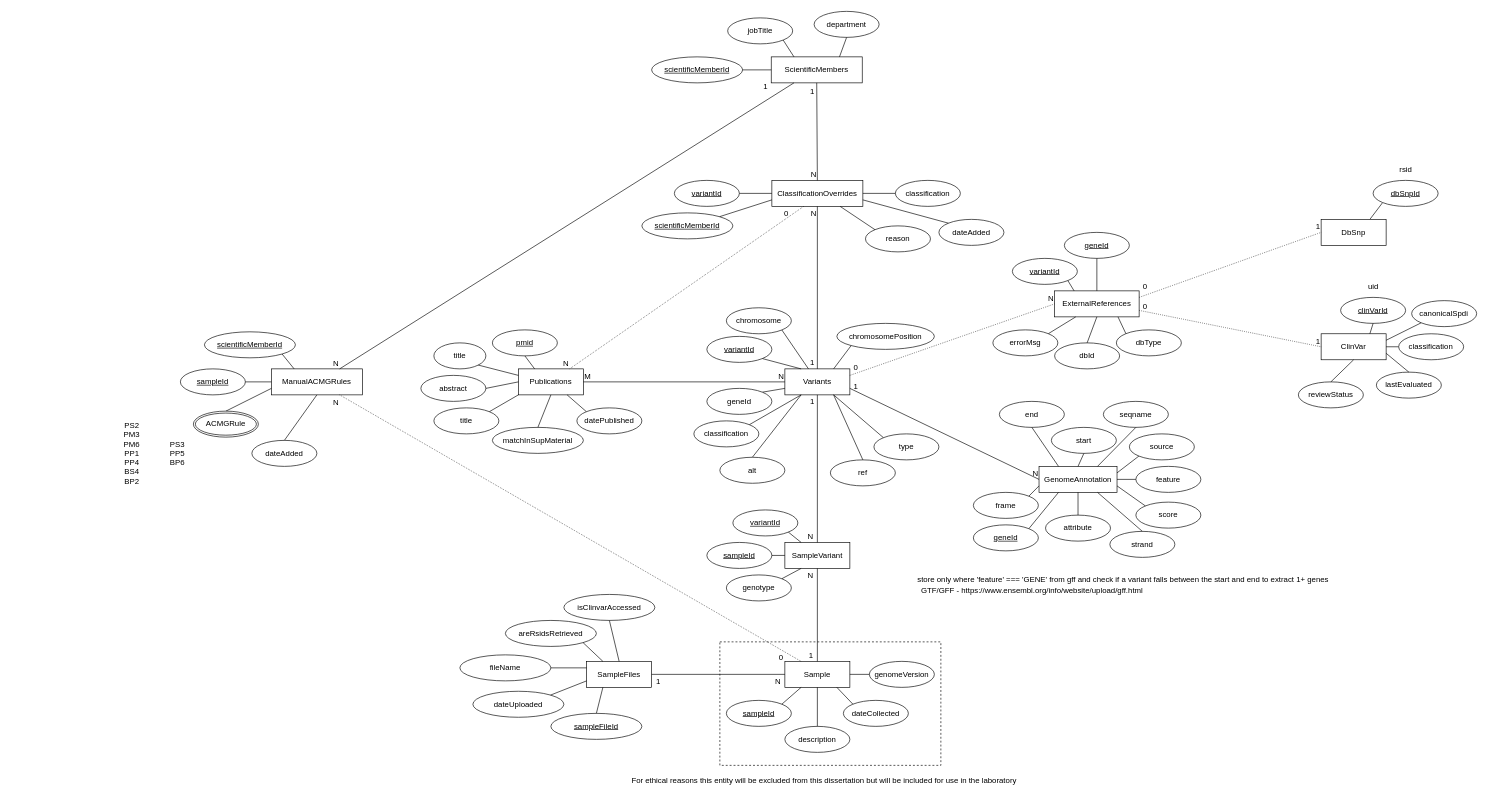
The draw.io diagram page "Page-2" (2 of 2) of Flowcharts/ERD.drawio in estherspiteri/VUSVista, before the edit. Source tidied: cells renumbered, new cells numbered last; positions are measured from the earlier drawing's top-left corner, leaving out a move shared by most shapes. Both pictures are drawn from the tidied source at 65%, with x=0, y=0 at pixel (115, 11).
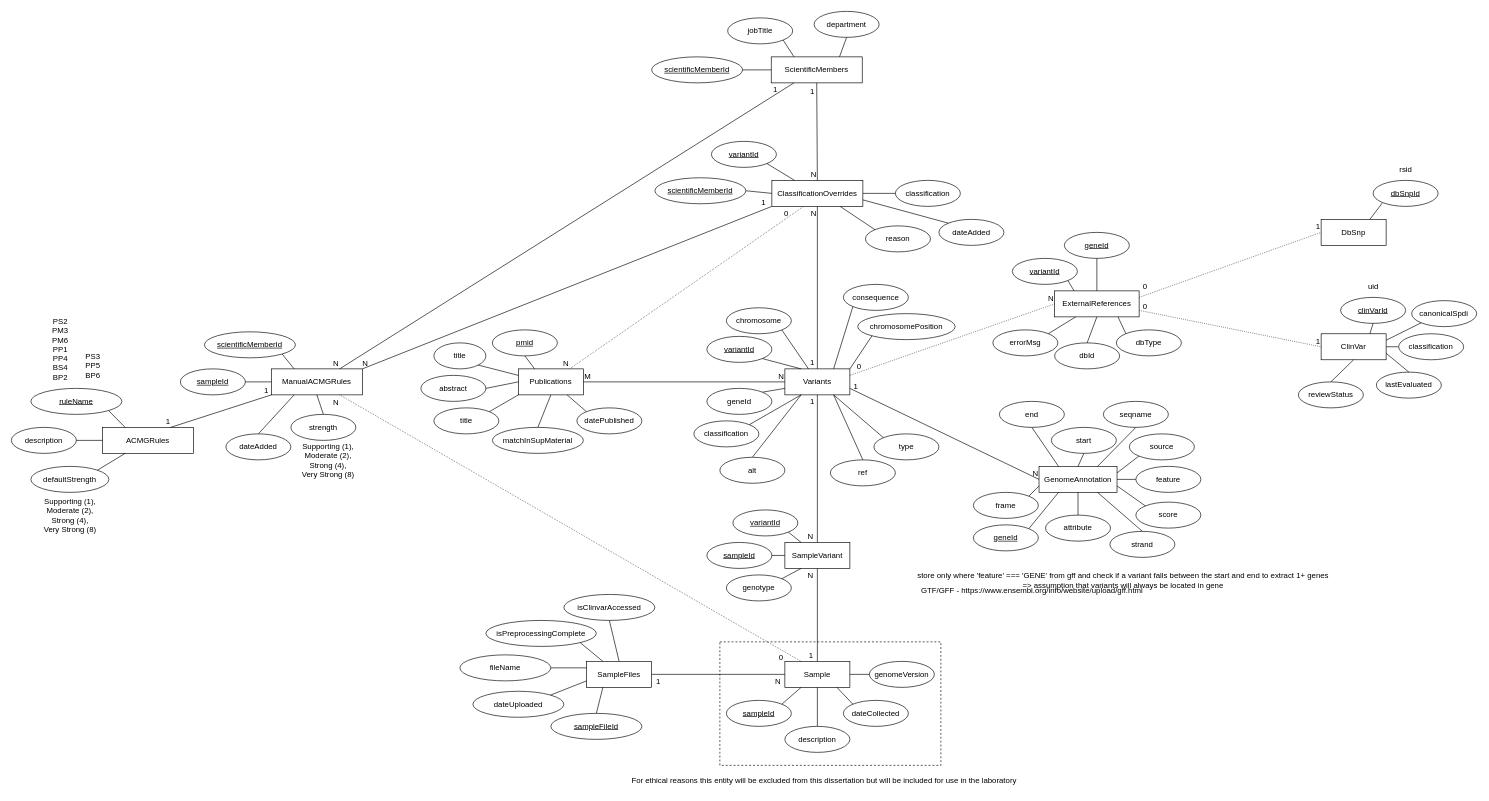
The same diagram, later.

Unchanged cells that the change refers to:
```xml
<mxCell id="3" value="Variants" style="whiteSpace=wrap;html=1;align=center;" parent="1" vertex="1">
  <mxGeometry x="1030" y="550" width="100" height="40" as="geometry" />
</mxCell>
<mxCell id="116" value="ClassificationOverrides" style="whiteSpace=wrap;html=1;align=center;" parent="1" vertex="1">
  <mxGeometry x="1010" y="260" width="140" height="40" as="geometry" />
</mxCell>
<mxCell id="143" value="ManualACMGRules" style="whiteSpace=wrap;html=1;align=center;" parent="1" vertex="1">
  <mxGeometry x="240" y="550" width="140" height="40" as="geometry" />
</mxCell>
```

What changed in the source:
```diff
@@
     <mxCell id="5" value="chromosomePosition" style="ellipse;whiteSpace=wrap;html=1;align=center;" parent="1" vertex="1">
-      <mxGeometry x="1110" y="480" width="150" height="40" as="geometry" />
+      <mxGeometry x="1142" y="465" width="150" height="40" as="geometry" />
     </mxCell>
@@
-    <mxCell id="14" style="endArrow=none;html=1;rounded=0;exitX=0;exitY=1;exitDx=0;exitDy=0;" parent="1" edge="1" source="5">
-      <mxGeometry relative="1" as="geometry">
-        <mxPoint x="1105" y="550" as="targetPoint" />
-      </mxGeometry>
+    <mxCell id="14" style="endArrow=none;html=1;rounded=0;exitX=0;exitY=1;exitDx=0;exitDy=0;entryX=1;entryY=0;entryDx=0;entryDy=0;" parent="1" edge="1" source="5" target="3">
+      <mxGeometry relative="1" as="geometry" />
     </mxCell>
@@
-    <mxCell id="67" value="store only where 'feature' === 'GENE' from gff and check if a variant falls between the start and end to extract 1+ genes" style="text;html=1;align=center;verticalAlign=middle;strokeColor=none;fillColor=none;" parent="1" vertex="1">
-      <mxGeometry x="1220" y="860" width="660" height="30" as="geometry" />
+    <mxCell id="67" value="store only where 'feature' === 'GENE' from gff and check if a variant falls between the start and end to extract 1+ genes &lt;br&gt;=&amp;gt; assumption that variants will always be located in gene" style="text;html=1;align=center;verticalAlign=middle;strokeColor=none;fillColor=none;" parent="1" vertex="1">
+      <mxGeometry x="1220" y="855" width="660" height="40" as="geometry" />
     </mxCell>
@@
     <mxCell id="71" value="0" style="text;html=1;align=center;verticalAlign=middle;strokeColor=none;fillColor=none;" parent="1" vertex="1">
-      <mxGeometry x="1124" y="533" width="30" height="30" as="geometry" />
+      <mxGeometry x="1129" y="532" width="30" height="30" as="geometry" />
     </mxCell>
@@
     <mxCell id="117" value="scientificMemberId" style="ellipse;whiteSpace=wrap;html=1;align=center;fontStyle=4;" parent="1" vertex="1">
-      <mxGeometry x="810" y="310" width="140" height="40" as="geometry" />
+      <mxGeometry x="830" y="256" width="140" height="40" as="geometry" />
     </mxCell>
     <mxCell id="118" value="variantId" style="ellipse;whiteSpace=wrap;html=1;align=center;fontStyle=4;" parent="1" vertex="1">
-      <mxGeometry x="860" y="260" width="100" height="40" as="geometry" />
+      <mxGeometry x="917" y="200" width="100" height="40" as="geometry" />
     </mxCell>
@@
-    <mxCell id="120" style="endArrow=none;html=1;rounded=0;exitX=0;exitY=0.75;exitDx=0;exitDy=0;entryX=1;entryY=0;entryDx=0;entryDy=0;" parent="1" edge="1" source="116" target="117">
+    <mxCell id="120" style="endArrow=none;html=1;rounded=0;exitX=0;exitY=0.5;exitDx=0;exitDy=0;entryX=1;entryY=0.5;entryDx=0;entryDy=0;" parent="1" edge="1" source="116" target="117">
       <mxGeometry relative="1" as="geometry" />
     </mxCell>
-    <mxCell id="121" style="endArrow=none;html=1;rounded=0;exitX=0;exitY=0.5;exitDx=0;exitDy=0;entryX=1;entryY=0.5;entryDx=0;entryDy=0;" parent="1" edge="1" source="116" target="118">
+    <mxCell id="121" style="endArrow=none;html=1;rounded=0;exitX=0.25;exitY=0;exitDx=0;exitDy=0;entryX=1;entryY=1;entryDx=0;entryDy=0;" parent="1" edge="1" source="116" target="118">
       <mxGeometry relative="1" as="geometry" />
     </mxCell>
@@
     <mxCell id="148" value="dateAdded" style="ellipse;whiteSpace=wrap;html=1;align=center;" parent="1" vertex="1">
-      <mxGeometry x="210" y="660" width="100" height="40" as="geometry" />
+      <mxGeometry x="170" y="650" width="100" height="40" as="geometry" />
     </mxCell>
-    <mxCell id="149" style="endArrow=none;html=1;rounded=0;exitX=0;exitY=0.75;exitDx=0;exitDy=0;entryX=0.5;entryY=0;entryDx=0;entryDy=0;" parent="1" edge="1" source="143" target="158">
-      <mxGeometry relative="1" as="geometry" />
-    </mxCell>
-    <mxCell id="150" style="endArrow=none;html=1;rounded=0;exitX=0.5;exitY=1;exitDx=0;exitDy=0;entryX=0.5;entryY=0;entryDx=0;entryDy=0;" parent="1" edge="1" source="143" target="148">
+    <mxCell id="150" style="endArrow=none;html=1;rounded=0;exitX=0.25;exitY=1;exitDx=0;exitDy=0;entryX=0.5;entryY=0;entryDx=0;entryDy=0;" parent="1" edge="1" source="143" target="148">
       <mxGeometry relative="1" as="geometry" />
     </mxCell>
@@
     <mxCell id="153" value="1" style="text;html=1;align=center;verticalAlign=middle;strokeColor=none;fillColor=none;" parent="1" vertex="1">
-      <mxGeometry x="985" y="101" width="30" height="30" as="geometry" />
+      <mxGeometry x="1000" y="105" width="30" height="30" as="geometry" />
     </mxCell>
@@
-    <mxCell id="158" value="ACMGRule" style="ellipse;shape=doubleEllipse;margin=3;whiteSpace=wrap;html=1;align=center;" parent="1" vertex="1">
-      <mxGeometry x="120" y="615" width="100" height="40" as="geometry" />
-    </mxCell>
     <mxCell id="159" value="PS2&lt;br&gt;PM3&lt;br&gt;PM6&lt;br&gt;PP1&lt;br&gt;PP4&lt;br&gt;BS4&lt;br&gt;BP2" style="text;html=1;align=center;verticalAlign=middle;strokeColor=none;fillColor=none;" parent="1" vertex="1">
-      <mxGeometry y="625" width="50" height="110" as="geometry" />
+      <mxGeometry x="-110" y="465" width="50" height="110" as="geometry" />
     </mxCell>
     <mxCell id="160" value="PS3&lt;br&gt;PP5&lt;br&gt;BP6" style="text;html=1;align=center;verticalAlign=middle;strokeColor=none;fillColor=none;" parent="1" vertex="1">
-      <mxGeometry x="70" y="650" width="50" height="60" as="geometry" />
+      <mxGeometry x="-60" y="515" width="50" height="60" as="geometry" />
     </mxCell>
@@
-    <mxCell id="175" value="areRsidsRetrieved" style="ellipse;whiteSpace=wrap;html=1;align=center;" parent="1" vertex="1">
-      <mxGeometry x="600" y="937" width="140" height="40" as="geometry" />
+    <mxCell id="175" value="isPreprocessingComplete" style="ellipse;whiteSpace=wrap;html=1;align=center;" parent="1" vertex="1">
+      <mxGeometry x="570" y="937" width="170" height="40" as="geometry" />
     </mxCell>
@@
+    <mxCell id="179" value="ACMGRules" style="whiteSpace=wrap;html=1;align=center;" parent="1" vertex="1">
+      <mxGeometry x="-20" y="640" width="140" height="40" as="geometry" />
+    </mxCell>
+    <mxCell id="180" value="ruleName" style="ellipse;whiteSpace=wrap;html=1;align=center;fontStyle=4;" parent="1" vertex="1">
+      <mxGeometry x="-130" y="580" width="140" height="40" as="geometry" />
+    </mxCell>
+    <mxCell id="181" value="description" style="ellipse;whiteSpace=wrap;html=1;align=center;" parent="1" vertex="1">
+      <mxGeometry x="-160" y="640" width="100" height="40" as="geometry" />
+    </mxCell>
+    <mxCell id="182" value="strength" style="ellipse;whiteSpace=wrap;html=1;align=center;" parent="1" vertex="1">
+      <mxGeometry x="270" y="620" width="100" height="40" as="geometry" />
+    </mxCell>
+    <mxCell id="183" style="endArrow=none;html=1;rounded=0;exitX=0.5;exitY=1;exitDx=0;exitDy=0;entryX=0.5;entryY=0;entryDx=0;entryDy=0;" parent="1" edge="1" source="143" target="182">
+      <mxGeometry relative="1" as="geometry" />
+    </mxCell>
+    <mxCell id="184" value="defaultStrength" style="ellipse;whiteSpace=wrap;html=1;align=center;" parent="1" vertex="1">
+      <mxGeometry x="-130" y="700" width="120" height="40" as="geometry" />
+    </mxCell>
+    <mxCell id="185" value="Supporting (1),&lt;br&gt;Moderate (2),&lt;br&gt;Strong (4),&lt;br&gt;Very Strong (8)" style="text;html=1;align=center;verticalAlign=middle;strokeColor=none;fillColor=none;" parent="1" vertex="1">
+      <mxGeometry x="-120" y="740" width="100" height="70" as="geometry" />
+    </mxCell>
+    <mxCell id="186" value="Supporting (1),&lt;br&gt;Moderate (2),&lt;br&gt;Strong (4),&lt;br&gt;Very Strong (8)" style="text;html=1;align=center;verticalAlign=middle;strokeColor=none;fillColor=none;" parent="1" vertex="1">
+      <mxGeometry x="277" y="656" width="100" height="70" as="geometry" />
+    </mxCell>
+    <mxCell id="187" style="endArrow=none;html=1;rounded=0;exitX=0;exitY=1;exitDx=0;exitDy=0;entryX=1;entryY=0;entryDx=0;entryDy=0;" parent="1" edge="1" source="116" target="143">
+      <mxGeometry relative="1" as="geometry" />
+    </mxCell>
+    <mxCell id="188" value="N" style="html=1;whiteSpace=wrap;align=right;verticalAlign=bottom;" parent="187" vertex="1">
+      <mxGeometry x="1" relative="1" as="geometry">
+        <mxPoint x="10" as="offset" />
+      </mxGeometry>
+    </mxCell>
+    <mxCell id="189" value="1" style="text;html=1;align=center;verticalAlign=middle;strokeColor=none;fillColor=none;" parent="1" vertex="1">
+      <mxGeometry x="982" y="279" width="30" height="30" as="geometry" />
+    </mxCell>
+    <mxCell id="190" value="consequence" style="ellipse;whiteSpace=wrap;html=1;align=center;" parent="1" vertex="1">
+      <mxGeometry x="1120" y="420" width="100" height="40" as="geometry" />
+    </mxCell>
+    <mxCell id="191" style="endArrow=none;html=1;rounded=0;exitX=0;exitY=1;exitDx=0;exitDy=0;entryX=0.75;entryY=0;entryDx=0;entryDy=0;" parent="1" edge="1" source="190" target="3">
+      <mxGeometry relative="1" as="geometry" />
+    </mxCell>
+    <mxCell id="192" style="endArrow=none;html=1;rounded=0;exitX=0;exitY=0.5;exitDx=0;exitDy=0;entryX=1;entryY=0.5;entryDx=0;entryDy=0;" parent="1" edge="1" source="179" target="181">
+      <mxGeometry relative="1" as="geometry" />
+    </mxCell>
+    <mxCell id="193" style="endArrow=none;html=1;rounded=0;exitX=0.25;exitY=1;exitDx=0;exitDy=0;entryX=1;entryY=0;entryDx=0;entryDy=0;" parent="1" edge="1" source="179" target="184">
+      <mxGeometry relative="1" as="geometry" />
+    </mxCell>
+    <mxCell id="194" style="endArrow=none;html=1;rounded=0;exitX=0.25;exitY=0;exitDx=0;exitDy=0;entryX=1;entryY=1;entryDx=0;entryDy=0;" parent="1" edge="1" source="179" target="180">
+      <mxGeometry relative="1" as="geometry" />
+    </mxCell>
+    <mxCell id="195" style="endArrow=none;html=1;rounded=0;entryX=0;entryY=1;entryDx=0;entryDy=0;exitX=0.75;exitY=0;exitDx=0;exitDy=0;" parent="1" edge="1" source="179" target="143">
+      <mxGeometry relative="1" as="geometry" />
+    </mxCell>
+    <mxCell id="196" value="1" style="html=1;whiteSpace=wrap;align=right;verticalAlign=bottom;" parent="195" vertex="1">
+      <mxGeometry x="1" relative="1" as="geometry">
+        <mxPoint x="-3" y="2" as="offset" />
+      </mxGeometry>
+    </mxCell>
+    <mxCell id="197" value="1" style="text;html=1;align=center;verticalAlign=middle;strokeColor=none;fillColor=none;" parent="1" vertex="1">
+      <mxGeometry x="66" y="617" width="30" height="30" as="geometry" />
+    </mxCell>
```
